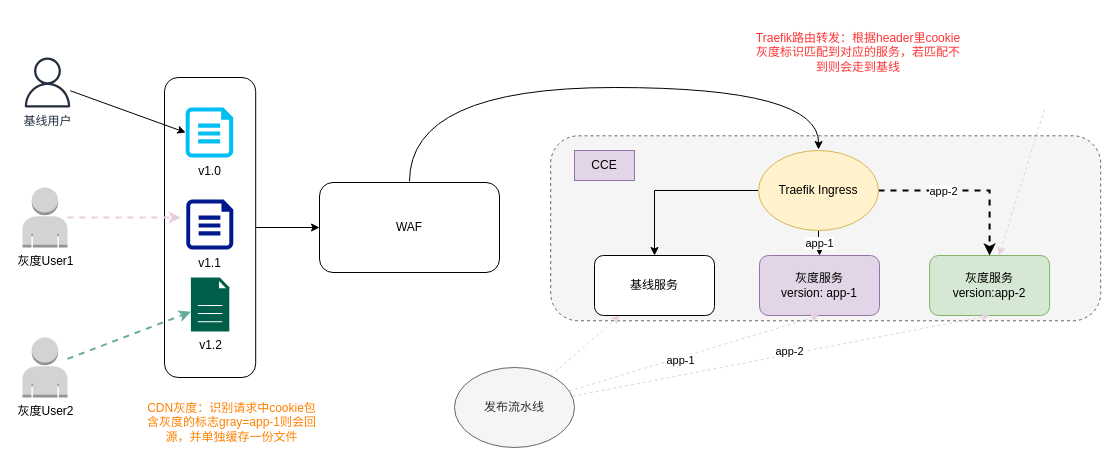
Before: 前端H5灰度.drawio in 463024907/draw.io, a draw.io diagram. Source tidied: cells renumbered, new cells numbered last; positions are measured from the earlier drawing's top-left corner, leaving out a move shared by most shapes. Both pictures are drawn from the tidied source at 100%, with x=0, y=0 at pixel (22, 17).
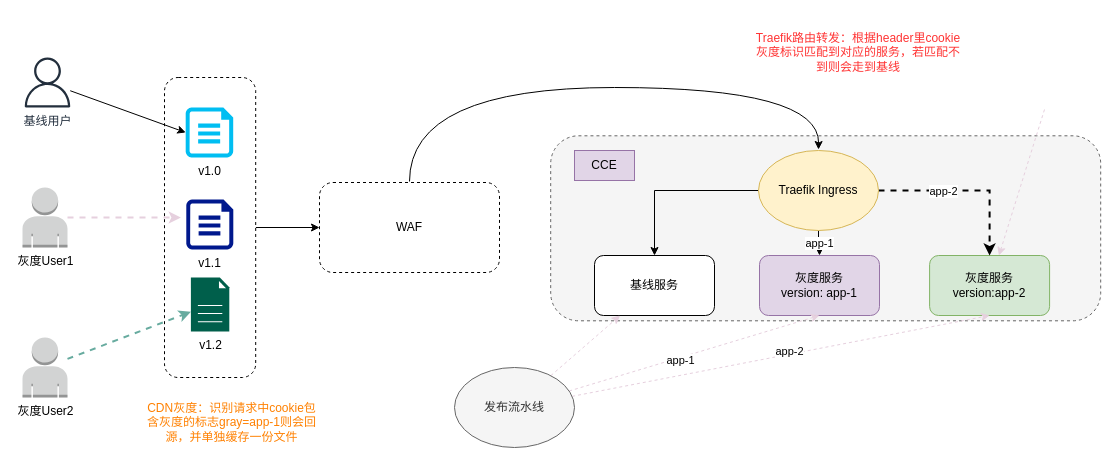
The same diagram, later.

Diff of the diagram source:
```diff
@@
-    <mxCell id="4" style="rounded=1;whiteSpace=wrap;html=1;" parent="1" vertex="1">
+    <mxCell id="4" style="rounded=1;whiteSpace=wrap;html=1;dashed=1;" parent="1" vertex="1">
       <mxGeometry x="142" y="60" width="91.2" height="300" as="geometry" />
     </mxCell>
@@
-    <mxCell id="15" value="WAF" style="whiteSpace=wrap;html=1;rounded=1;" parent="1" vertex="1">
+    <mxCell id="15" value="WAF" style="whiteSpace=wrap;html=1;rounded=1;dashed=1;" parent="1" vertex="1">
       <mxGeometry x="297" y="165" width="180" height="90" as="geometry" />
     </mxCell>
```
